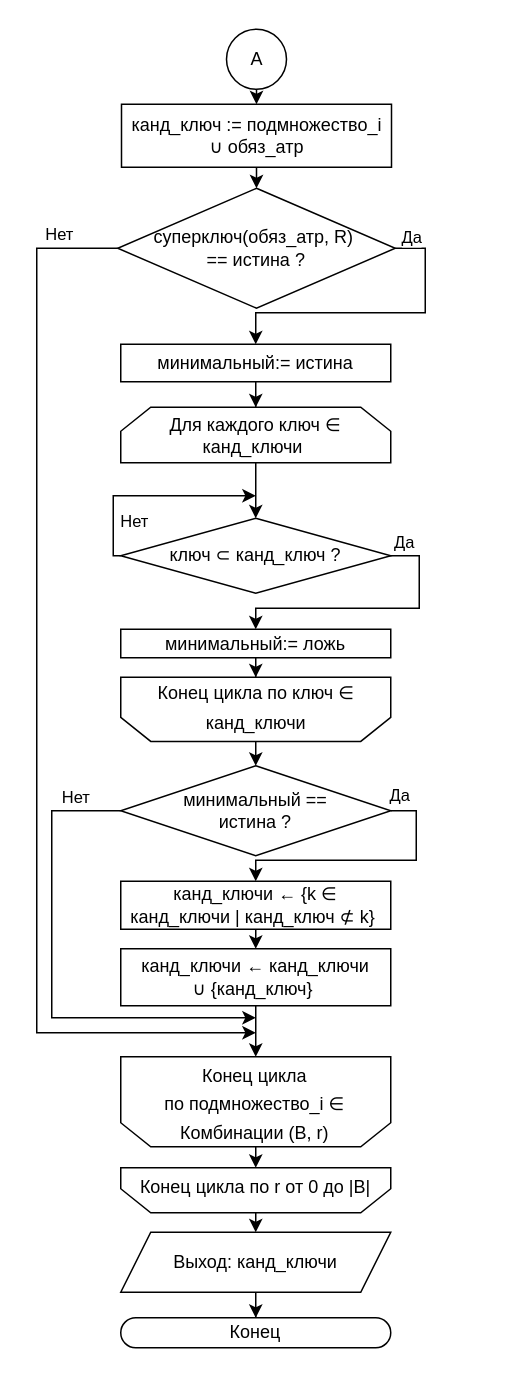
sampletext117/auto_normalization keeps this draw.io diagram as page "Страница — 2" (2 of 2) of ключи1.drawio. Above is the earlier version. Source tidied: cells renumbered, new cells numbered last; positions are measured from the earlier drawing's top-left corner, leaving out a move shared by most shapes. Both pictures are drawn from the tidied source at 150%, with x=0, y=0 at pixel (36, 28).
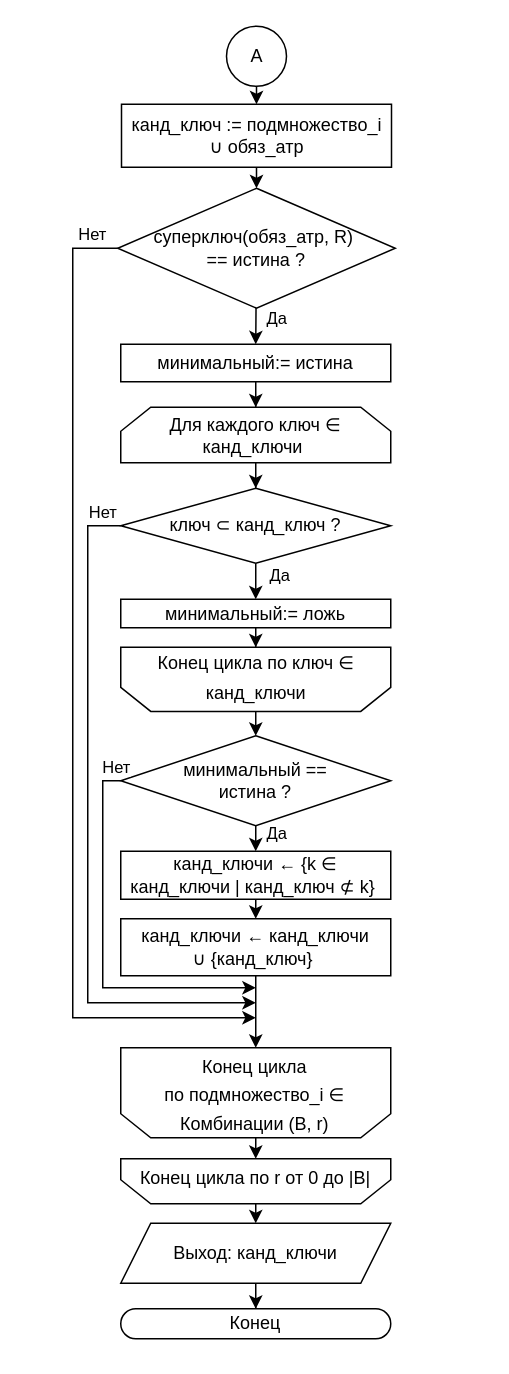
The same diagram, later.

The change refers to these unchanged cells:
```xml
<mxCell id="4" value="суперключ(обяз_атр, R)&amp;nbsp;&lt;div&gt;== истина ?&lt;/div&gt;" style="rhombus;whiteSpace=wrap;html=1;" parent="1" vertex="1">
  <mxGeometry x="54" y="106" width="185" height="80" as="geometry" />
</mxCell>
<mxCell id="8" value="минимальный:= истина" style="rounded=0;whiteSpace=wrap;html=1;" parent="1" vertex="1">
  <mxGeometry x="56" y="210" width="180" height="25" as="geometry" />
</mxCell>
```

Diff of the diagram source:
```diff
@@
-    <mxCell id="2" style="edgeStyle=orthogonalEdgeStyle;rounded=0;jettySize=auto;html=1;entryX=0.5;entryY=0;entryDx=0;entryDy=0;exitX=1;exitY=0.5;exitDx=0;exitDy=0;" parent="1" edge="1" source="4" target="8">
+    <mxCell id="2" style="edgeStyle=orthogonalEdgeStyle;rounded=0;jettySize=auto;html=1;entryX=0.5;entryY=0;entryDx=0;entryDy=0;exitX=0.5;exitY=1;exitDx=0;exitDy=0;" parent="1" edge="1" source="4" target="8">
       <mxGeometry relative="1" as="geometry">
         <Array as="points">
-          <mxPoint x="259" y="146" />
-          <mxPoint x="259" y="189" />
+          <mxPoint x="147" y="146" />
           <mxPoint x="146" y="189" />
         </Array>
       </mxGeometry>
     </mxCell>
     <mxCell id="3" style="edgeStyle=orthogonalEdgeStyle;rounded=0;jettySize=auto;html=1;exitX=0;exitY=0.5;exitDx=0;exitDy=0;" parent="1" edge="1" source="4">
       <mxGeometry relative="1" as="geometry">
-        <mxPoint x="146" y="669" as="targetPoint" />
+        <mxPoint x="146" y="659" as="targetPoint" />
         <Array as="points">
-          <mxPoint y="146" />
-          <mxPoint y="669" />
-          <mxPoint x="146" y="669" />
+          <mxPoint x="24" y="146" />
+          <mxPoint x="24" y="659" />
+          <mxPoint x="146" y="659" />
         </Array>
       </mxGeometry>
     </mxCell>
@@
-    <mxCell id="11" style="edgeStyle=orthogonalEdgeStyle;rounded=0;jettySize=auto;html=1;exitX=1;exitY=0.5;exitDx=0;exitDy=0;entryX=0.5;entryY=0;entryDx=0;entryDy=0;" parent="1" edge="1" target="15">
+    <mxCell id="11" style="edgeStyle=orthogonalEdgeStyle;rounded=0;jettySize=auto;html=1;exitX=0.5;exitY=1;exitDx=0;exitDy=0;entryX=0.5;entryY=0;entryDx=0;entryDy=0;" parent="1" edge="1" source="13" target="15">
       <mxGeometry relative="1" as="geometry">
-        <mxPoint x="220" y="351" as="sourcePoint" />
         <Array as="points">
-          <mxPoint x="255" y="351" />
-          <mxPoint x="255" y="386" />
-          <mxPoint x="146" y="386" />
+          <mxPoint x="146" y="359" />
+          <mxPoint x="146" y="359" />
         </Array>
       </mxGeometry>
     </mxCell>
     <mxCell id="12" style="edgeStyle=orthogonalEdgeStyle;rounded=0;jettySize=auto;html=1;exitX=0;exitY=0.5;exitDx=0;exitDy=0;" parent="1" edge="1" source="13">
       <mxGeometry relative="1" as="geometry">
-        <mxPoint x="146" y="311" as="targetPoint" />
+        <mxPoint x="146" y="649" as="targetPoint" />
         <Array as="points">
-          <mxPoint x="51" y="351" />
-          <mxPoint x="51" y="311" />
+          <mxPoint x="34" y="331" />
+          <mxPoint x="34" y="649" />
         </Array>
       </mxGeometry>
     </mxCell>
     <mxCell id="13" value="ключ&amp;nbsp;⊂ канд_ключ ?" style="rhombus;whiteSpace=wrap;html=1;" parent="1" vertex="1">
-      <mxGeometry x="56" y="326" width="180" height="50" as="geometry" />
+      <mxGeometry x="56" y="306" width="180" height="50" as="geometry" />
     </mxCell>
@@
     <mxCell id="15" value="минимальный:= ложь" style="rounded=0;whiteSpace=wrap;html=1;" parent="1" vertex="1">
-      <mxGeometry x="56" y="400" width="180" height="19" as="geometry" />
+      <mxGeometry x="56" y="380" width="180" height="19" as="geometry" />
     </mxCell>
     <mxCell id="16" style="group;" parent="1" vertex="1">
-      <mxGeometry x="56" y="432" width="180" height="42.8" as="geometry" />
+      <mxGeometry x="56" y="412" width="180" height="42.8" as="geometry" />
     </mxCell>
@@
-    <mxCell id="19" style="edgeStyle=orthogonalEdgeStyle;rounded=0;jettySize=auto;html=1;entryX=0.5;entryY=0;entryDx=0;entryDy=0;exitX=1;exitY=0.5;exitDx=0;exitDy=0;" parent="1" edge="1" source="21" target="24">
+    <mxCell id="19" style="edgeStyle=orthogonalEdgeStyle;rounded=0;jettySize=auto;html=1;entryX=0.5;entryY=0;entryDx=0;entryDy=0;exitX=0.5;exitY=1;exitDx=0;exitDy=0;" parent="1" edge="1" source="21" target="24">
       <mxGeometry relative="1" as="geometry">
         <Array as="points">
-          <mxPoint x="253" y="521" />
-          <mxPoint x="253" y="554" />
-          <mxPoint x="146" y="554" />
+          <mxPoint x="146" y="531" />
+          <mxPoint x="146" y="531" />
         </Array>
       </mxGeometry>
     </mxCell>
     <mxCell id="20" style="edgeStyle=orthogonalEdgeStyle;rounded=0;jettySize=auto;html=1;exitX=0;exitY=0.5;exitDx=0;exitDy=0;" parent="1" edge="1" source="21">
       <mxGeometry relative="1" as="geometry">
-        <mxPoint x="146" y="659" as="targetPoint" />
+        <mxPoint x="146" y="639" as="targetPoint" />
         <Array as="points">
-          <mxPoint x="10" y="521" />
-          <mxPoint x="10" y="659" />
-          <mxPoint x="146" y="659" />
+          <mxPoint x="44" y="501" />
+          <mxPoint x="44" y="639" />
         </Array>
       </mxGeometry>
     </mxCell>
     <mxCell id="21" value="минимальный ==&lt;div&gt;истина ?&lt;/div&gt;" style="rhombus;whiteSpace=wrap;html=1;" parent="1" vertex="1">
-      <mxGeometry x="56" y="491" width="180" height="60" as="geometry" />
+      <mxGeometry x="56" y="471" width="180" height="60" as="geometry" />
     </mxCell>
@@
     <mxCell id="24" value="канд_ключи&amp;nbsp;← {k ∈ канд_ключи | канд_ключ ⊄ k}&amp;nbsp;" style="rounded=0;whiteSpace=wrap;html=1;" parent="1" vertex="1">
-      <mxGeometry x="56" y="568" width="180" height="32" as="geometry" />
+      <mxGeometry x="56" y="548" width="180" height="32" as="geometry" />
     </mxCell>
@@
     <mxCell id="26" value="канд_ключи&amp;nbsp;← канд_ключи ∪&amp;nbsp;{канд_ключ}&amp;nbsp;" style="rounded=0;whiteSpace=wrap;html=1;" parent="1" vertex="1">
-      <mxGeometry x="56" y="613" width="180" height="38" as="geometry" />
+      <mxGeometry x="56" y="593" width="180" height="38" as="geometry" />
     </mxCell>
     <mxCell id="27" style="group;" parent="1" vertex="1">
-      <mxGeometry x="56" y="685" width="180" height="60" as="geometry" />
+      <mxGeometry x="56" y="679" width="180" height="60" as="geometry" />
     </mxCell>
@@
     <mxCell id="30" style="group;" parent="1" vertex="1">
-      <mxGeometry x="54" y="759" width="182" height="40" as="geometry" />
+      <mxGeometry x="54" y="753" width="182" height="40" as="geometry" />
     </mxCell>
@@
     <mxCell id="35" value="Выход: канд_ключи" style="shape=parallelogram;perimeter=parallelogramPerimeter;whiteSpace=wrap;html=1;fixedSize=1;" parent="1" vertex="1">
-      <mxGeometry x="56" y="802" width="180" height="40" as="geometry" />
+      <mxGeometry x="56" y="796" width="180" height="40" as="geometry" />
     </mxCell>
@@
     <mxCell id="37" value="Конец" style="rounded=1;whiteSpace=wrap;html=1;arcSize=100;absoluteArcSize=1;" parent="1" vertex="1">
-      <mxGeometry x="56" y="859" width="180" height="20" as="geometry" />
+      <mxGeometry x="56" y="853" width="180" height="20" as="geometry" />
     </mxCell>
     <mxCell id="38" value="Нет" style="edgeLabel;html=1;align=center;verticalAlign=middle;" parent="1" vertex="1">
-      <mxGeometry x="24" y="134" as="geometry">
+      <mxGeometry x="46" y="134" as="geometry">
         <mxPoint x="-10" y="2" as="offset" />
       </mxGeometry>
     </mxCell>
     <mxCell id="39" value="Нет" style="edgeLabel;html=1;align=center;verticalAlign=middle;" parent="1" vertex="1">
-      <mxGeometry x="35" y="509" as="geometry">
+      <mxGeometry x="62" y="489" as="geometry">
         <mxPoint x="-10" y="2" as="offset" />
       </mxGeometry>
     </mxCell>
     <mxCell id="40" value="Нет" style="edgeLabel;html=1;align=center;verticalAlign=middle;" parent="1" vertex="1">
-      <mxGeometry x="60" y="377" as="geometry">
-        <mxPoint x="4" y="-50" as="offset" />
+      <mxGeometry x="46" y="320" as="geometry">
+        <mxPoint x="-3" y="1" as="offset" />
       </mxGeometry>
     </mxCell>
     <mxCell id="41" value="Да" style="edgeLabel;html=1;align=center;verticalAlign=middle;" parent="1" vertex="1">
-      <mxGeometry x="274" y="149" as="geometry">
-        <mxPoint x="-25" y="-11" as="offset" />
+      <mxGeometry x="155" y="195" as="geometry">
+        <mxPoint x="4" y="-3" as="offset" />
       </mxGeometry>
     </mxCell>
     <mxCell id="42" value="Да" style="edgeLabel;html=1;align=center;verticalAlign=middle;" parent="1" vertex="1">
-      <mxGeometry x="297" y="352" as="geometry">
-        <mxPoint x="-53" y="-11" as="offset" />
+      <mxGeometry x="160" y="357" as="geometry">
+        <mxPoint x="1" y="6" as="offset" />
       </mxGeometry>
     </mxCell>
     <mxCell id="43" value="Да" style="edgeLabel;html=1;align=center;verticalAlign=middle;" parent="1" vertex="1">
-      <mxGeometry x="264" y="514" as="geometry">
-        <mxPoint x="-23" y="-4" as="offset" />
+      <mxGeometry x="163.4" y="539" as="geometry">
+        <mxPoint x="-4" y="-4" as="offset" />
       </mxGeometry>
     </mxCell>
@@
     <mxCell id="45" value="А" style="ellipse;whiteSpace=wrap;html=1;" parent="1" vertex="1">
-      <mxGeometry x="126.5" width="40" height="40" as="geometry" />
+      <mxGeometry x="126.5" y="-2" width="40" height="40" as="geometry" />
     </mxCell>
```
